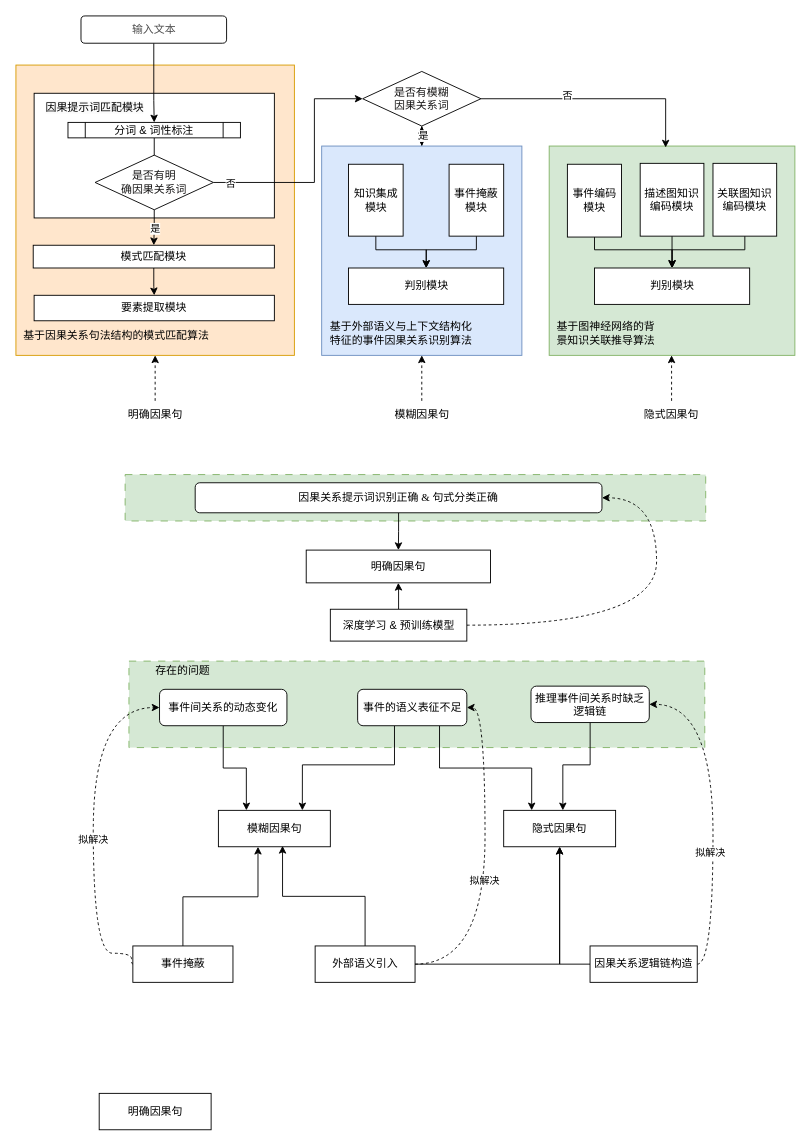
Earlier version of the draw.io diagram page "方案" (1 of 17) of 2.drawio (JiaXinLI98/myProject). Source tidied: cells renumbered, new cells numbered last; positions are measured from the earlier drawing's top-left corner, leaving out a move shared by most shapes. Both pictures are drawn from the tidied source at 91%, with x=0, y=0 at pixel (15, 15).
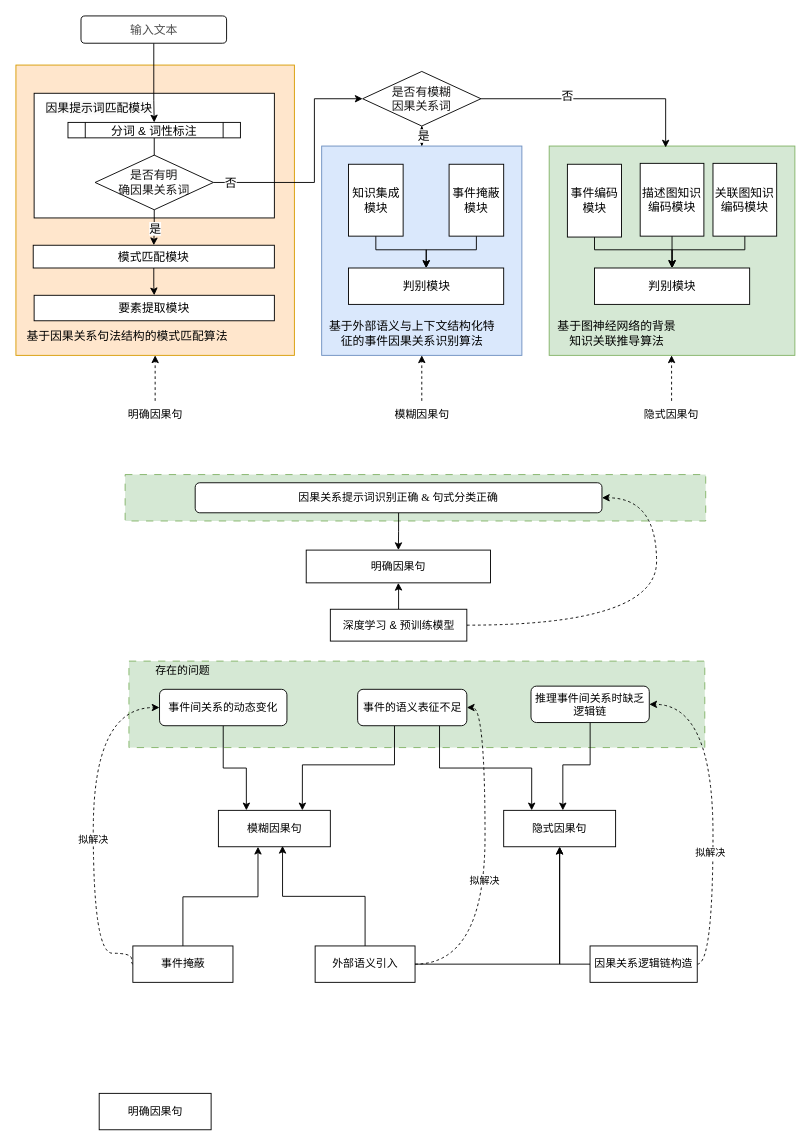
After the change.

Unchanged cells that the change refers to:
```xml
<mxCell id="42" value="明确因果句" style="text;html=1;align=center;verticalAlign=middle;whiteSpace=wrap;rounded=0;" parent="1" vertex="1">
  <mxGeometry x="98.5" y="423" width="109" height="30" as="geometry" />
</mxCell>
<mxCell id="44" value="模糊因果句" style="text;html=1;align=center;verticalAlign=middle;whiteSpace=wrap;rounded=0;" parent="1" vertex="1">
  <mxGeometry x="391.5" y="423" width="109" height="30" as="geometry" />
</mxCell>
<mxCell id="46" value="隐式因果句" style="text;html=1;align=center;verticalAlign=middle;whiteSpace=wrap;rounded=0;" parent="1" vertex="1">
  <mxGeometry x="666" y="423" width="109" height="30" as="geometry" />
</mxCell>
```

Diff of the diagram source:
```diff
@@
-    <mxCell id="3" style="edgeStyle=orthogonalEdgeStyle;rounded=0;jettySize=auto;html=1;" parent="1" edge="1" source="4" target="22">
+    <mxCell id="3" style="edgeStyle=orthogonalEdgeStyle;rounded=0;jettySize=auto;html=1;fontSize=13;" parent="1" edge="1" source="4" target="22">
       <mxGeometry relative="1" as="geometry" />
     </mxCell>
-    <mxCell id="4" style="rounded=0;whiteSpace=wrap;html=1;fillColor=#dae8fc;strokeColor=#6c8ebf;" parent="1" vertex="1">
+    <mxCell id="4" style="rounded=0;whiteSpace=wrap;html=1;fillColor=#dae8fc;strokeColor=#6c8ebf;fontSize=13;" parent="1" vertex="1">
       <mxGeometry x="336" y="143" width="220" height="230" as="geometry" />
     </mxCell>
-    <mxCell id="5" style="rounded=0;whiteSpace=wrap;html=1;fillColor=#ffe6cc;strokeColor=#d79b00;" parent="1" vertex="1">
+    <mxCell id="5" style="rounded=0;whiteSpace=wrap;html=1;fillColor=#ffe6cc;strokeColor=#d79b00;fontSize=13;" parent="1" vertex="1">
       <mxGeometry y="54" width="306" height="319" as="geometry" />
     </mxCell>
-    <mxCell id="6" style="rounded=0;whiteSpace=wrap;html=1;" parent="1" vertex="1">
+    <mxCell id="6" style="rounded=0;whiteSpace=wrap;html=1;fontSize=13;" parent="1" vertex="1">
       <mxGeometry x="20" y="85" width="264" height="137" as="geometry" />
     </mxCell>
-    <mxCell id="7" style="edgeStyle=orthogonalEdgeStyle;rounded=0;jettySize=auto;html=1;entryX=0.5;entryY=0;entryDx=0;entryDy=0;" parent="1" edge="1" source="8" target="10">
+    <mxCell id="7" style="edgeStyle=orthogonalEdgeStyle;rounded=0;jettySize=auto;html=1;entryX=0.5;entryY=0;entryDx=0;entryDy=0;fontSize=13;" parent="1" edge="1" source="8" target="10">
       <mxGeometry relative="1" as="geometry">
         <Array as="points">
           <mxPoint x="152" y="93" />
           <mxPoint x="152" y="93" />
         </Array>
       </mxGeometry>
     </mxCell>
-    <mxCell id="8" value="&lt;font color=&quot;#4d4d4d&quot;&gt;输入文本&lt;br&gt;&lt;/font&gt;" style="rounded=1;whiteSpace=wrap;html=1;" parent="1" vertex="1">
+    <mxCell id="8" value="&lt;font color=&quot;#4d4d4d&quot; style=&quot;font-size: 13px;&quot;&gt;输入文本&lt;br style=&quot;font-size: 13px;&quot;&gt;&lt;/font&gt;" style="rounded=1;whiteSpace=wrap;html=1;fontSize=13;" parent="1" vertex="1">
       <mxGeometry x="71.5" width="160" height="30" as="geometry" />
     </mxCell>
-    <mxCell id="9" style="edgeStyle=orthogonalEdgeStyle;rounded=0;jettySize=auto;html=1;" parent="1" edge="1" source="10" target="15">
+    <mxCell id="9" style="edgeStyle=orthogonalEdgeStyle;rounded=0;jettySize=auto;html=1;fontSize=13;" parent="1" edge="1" source="10" target="15">
       <mxGeometry relative="1" as="geometry" />
     </mxCell>
-    <mxCell id="10" value="分词 &amp;amp; 词性标注" style="shape=process;whiteSpace=wrap;html=1;backgroundOutline=1;" parent="1" vertex="1">
+    <mxCell id="10" value="分词 &amp;amp; 词性标注" style="shape=process;whiteSpace=wrap;html=1;backgroundOutline=1;fontSize=13;" parent="1" vertex="1">
       <mxGeometry x="57.2" y="117" width="189.5" height="17" as="geometry" />
     </mxCell>
-    <mxCell id="11" style="edgeStyle=orthogonalEdgeStyle;rounded=0;jettySize=auto;html=1;" parent="1" edge="1" source="15" target="18">
+    <mxCell id="11" style="edgeStyle=orthogonalEdgeStyle;rounded=0;jettySize=auto;html=1;fontSize=13;" parent="1" edge="1" source="15" target="18">
       <mxGeometry relative="1" as="geometry" />
     </mxCell>
-    <mxCell id="12" value="是" style="edgeLabel;html=1;align=center;verticalAlign=middle;" parent="11" vertex="1">
+    <mxCell id="12" value="是" style="edgeLabel;html=1;align=center;verticalAlign=middle;fontSize=13;" parent="11" vertex="1">
       <mxGeometry x="-0.06" relative="1" as="geometry">
         <mxPoint y="1" as="offset" />
       </mxGeometry>
     </mxCell>
-    <mxCell id="13" style="edgeStyle=orthogonalEdgeStyle;rounded=0;jettySize=auto;html=1;entryX=0;entryY=0.5;entryDx=0;entryDy=0;" parent="1" edge="1" source="15" target="22">
+    <mxCell id="13" style="edgeStyle=orthogonalEdgeStyle;rounded=0;jettySize=auto;html=1;entryX=0;entryY=0.5;entryDx=0;entryDy=0;fontSize=13;" parent="1" edge="1" source="15" target="22">
       <mxGeometry relative="1" as="geometry">
         <Array as="points">
           <mxPoint x="328" y="183" />
           <mxPoint x="328" y="91" />
         </Array>
       </mxGeometry>
     </mxCell>
-    <mxCell id="14" value="否" style="edgeLabel;html=1;align=center;verticalAlign=middle;" parent="13" vertex="1">
+    <mxCell id="14" value="否" style="edgeLabel;html=1;align=center;verticalAlign=middle;fontSize=13;" parent="13" vertex="1">
       <mxGeometry x="-0.86" relative="1" as="geometry" />
     </mxCell>
-    <mxCell id="15" value="&lt;font color=&quot;#171616&quot;&gt;是否有明&lt;br&gt;确因果关系词&lt;/font&gt;" style="rhombus;whiteSpace=wrap;html=1;" parent="1" vertex="1">
+    <mxCell id="15" value="&lt;font color=&quot;#171616&quot; style=&quot;font-size: 13px;&quot;&gt;是否有明&lt;br style=&quot;font-size: 13px;&quot;&gt;确因果关系词&lt;/font&gt;" style="rhombus;whiteSpace=wrap;html=1;fontSize=13;" parent="1" vertex="1">
       <mxGeometry x="87" y="153" width="130" height="60" as="geometry" />
     </mxCell>
-    <mxCell id="16" value="&lt;span style=&quot;color: rgb(0, 0, 0); font-family: Helvetica; font-size: 12px; font-style: normal; font-variant-ligatures: normal; font-variant-caps: normal; font-weight: 400; letter-spacing: normal; orphans: 2; text-align: center; text-indent: 0px; text-transform: none; widows: 2; word-spacing: 0px; -webkit-text-stroke-width: 0px; background-color: rgb(251, 251, 251); text-decoration-thickness: initial; text-decoration-style: initial; text-decoration-color: initial; float: none; display: inline !important;&quot;&gt;因果提示词匹配模块&lt;/span&gt;" style="text;whiteSpace=wrap;html=1;" parent="1" vertex="1">
+    <mxCell id="16" value="&lt;span style=&quot;color: rgb(0, 0, 0); font-family: Helvetica; font-size: 13px; font-style: normal; font-variant-ligatures: normal; font-variant-caps: normal; font-weight: 400; letter-spacing: normal; orphans: 2; text-align: center; text-indent: 0px; text-transform: none; widows: 2; word-spacing: 0px; -webkit-text-stroke-width: 0px; background-color: rgb(251, 251, 251); text-decoration-thickness: initial; text-decoration-style: initial; text-decoration-color: initial; float: none; display: inline !important;&quot;&gt;因果提示词匹配模块&lt;/span&gt;" style="text;whiteSpace=wrap;html=1;fontSize=13;" parent="1" vertex="1">
       <mxGeometry x="30.5" y="87" width="136" height="30" as="geometry" />
     </mxCell>
-    <mxCell id="17" style="edgeStyle=orthogonalEdgeStyle;rounded=0;jettySize=auto;html=1;" parent="1" edge="1" source="18" target="19">
+    <mxCell id="17" style="edgeStyle=orthogonalEdgeStyle;rounded=0;jettySize=auto;html=1;fontSize=13;" parent="1" edge="1" source="18" target="19">
       <mxGeometry relative="1" as="geometry" />
     </mxCell>
-    <mxCell id="18" value="模式匹配模块" style="rounded=0;whiteSpace=wrap;html=1;" parent="1" vertex="1">
+    <mxCell id="18" value="模式匹配模块" style="rounded=0;whiteSpace=wrap;html=1;fontSize=13;" parent="1" vertex="1">
       <mxGeometry x="19" y="252" width="265" height="25" as="geometry" />
     </mxCell>
-    <mxCell id="19" value="要素提取模块" style="rounded=0;whiteSpace=wrap;html=1;" parent="1" vertex="1">
+    <mxCell id="19" value="要素提取模块" style="rounded=0;whiteSpace=wrap;html=1;fontSize=13;" parent="1" vertex="1">
       <mxGeometry x="20" y="307" width="264" height="28" as="geometry" />
     </mxCell>
-    <mxCell id="20" style="edgeStyle=orthogonalEdgeStyle;rounded=0;jettySize=auto;html=1;entryX=0.5;entryY=0;entryDx=0;entryDy=0;" parent="1" edge="1" source="22" target="4">
+    <mxCell id="20" style="edgeStyle=orthogonalEdgeStyle;rounded=0;jettySize=auto;html=1;entryX=0.5;entryY=0;entryDx=0;entryDy=0;fontSize=13;" parent="1" edge="1" source="22" target="4">
       <mxGeometry relative="1" as="geometry" />
     </mxCell>
-    <mxCell id="21" value="是" style="edgeLabel;html=1;align=center;verticalAlign=middle;" parent="20" vertex="1">
+    <mxCell id="21" value="是" style="edgeLabel;html=1;align=center;verticalAlign=middle;fontSize=13;" parent="20" vertex="1">
       <mxGeometry x="0.59" y="1" relative="1" as="geometry" />
     </mxCell>
-    <mxCell id="22" value="&lt;font color=&quot;#171616&quot;&gt;是否有模糊&lt;br&gt;因果关系词&lt;/font&gt;" style="rhombus;whiteSpace=wrap;html=1;" parent="1" vertex="1">
+    <mxCell id="22" value="&lt;font color=&quot;#171616&quot; style=&quot;font-size: 13px;&quot;&gt;是否有模糊&lt;br style=&quot;font-size: 13px;&quot;&gt;因果关系词&lt;/font&gt;" style="rhombus;whiteSpace=wrap;html=1;fontSize=13;" parent="1" vertex="1">
       <mxGeometry x="381" y="61" width="130" height="60" as="geometry" />
     </mxCell>
-    <mxCell id="23" value="&lt;span style=&quot;background-color: initial;&quot;&gt;&lt;font style=&quot;font-size: 12px;&quot;&gt;基于因果关系句法结构的模式匹配算法&lt;/font&gt;&lt;/span&gt;" style="text;html=1;align=center;verticalAlign=middle;whiteSpace=wrap;rounded=0;" parent="1" vertex="1">
-      <mxGeometry x="4" y="340" width="213" height="23" as="geometry" />
+    <mxCell id="23" value="&lt;span style=&quot;background-color: initial; font-size: 13px;&quot;&gt;&lt;font style=&quot;font-size: 13px;&quot;&gt;基于因果关系句法结构的模式匹配算法&lt;/font&gt;&lt;/span&gt;" style="text;html=1;align=center;verticalAlign=middle;whiteSpace=wrap;rounded=0;fontSize=13;" parent="1" vertex="1">
+      <mxGeometry x="4" y="340" width="237" height="23" as="geometry" />
     </mxCell>
-    <mxCell id="24" style="edgeStyle=orthogonalEdgeStyle;rounded=0;jettySize=auto;html=1;" parent="1" edge="1" source="25" target="28">
+    <mxCell id="24" style="edgeStyle=orthogonalEdgeStyle;rounded=0;jettySize=auto;html=1;fontSize=13;" parent="1" edge="1" source="25" target="28">
       <mxGeometry relative="1" as="geometry">
         <Array as="points">
           <mxPoint x="396" y="257" />
           <mxPoint x="451" y="257" />
         </Array>
       </mxGeometry>
     </mxCell>
-    <mxCell id="25" value="知识集成模块" style="rounded=0;whiteSpace=wrap;html=1;" parent="1" vertex="1">
+    <mxCell id="25" value="知识集成模块" style="rounded=0;whiteSpace=wrap;html=1;fontSize=13;" parent="1" vertex="1">
       <mxGeometry x="365.5" y="163" width="60" height="79" as="geometry" />
     </mxCell>
-    <mxCell id="26" style="edgeStyle=orthogonalEdgeStyle;rounded=0;jettySize=auto;html=1;entryX=0.5;entryY=0;entryDx=0;entryDy=0;" parent="1" edge="1" source="27" target="28">
+    <mxCell id="26" style="edgeStyle=orthogonalEdgeStyle;rounded=0;jettySize=auto;html=1;entryX=0.5;entryY=0;entryDx=0;entryDy=0;fontSize=13;" parent="1" edge="1" source="27" target="28">
       <mxGeometry relative="1" as="geometry">
         <Array as="points">
           <mxPoint x="506" y="257" />
           <mxPoint x="451" y="257" />
         </Array>
       </mxGeometry>
     </mxCell>
-    <mxCell id="27" value="事件掩蔽模块" style="rounded=0;whiteSpace=wrap;html=1;" parent="1" vertex="1">
+    <mxCell id="27" value="事件掩蔽模块" style="rounded=0;whiteSpace=wrap;html=1;fontSize=13;" parent="1" vertex="1">
       <mxGeometry x="476" y="163" width="60" height="79" as="geometry" />
     </mxCell>
-    <mxCell id="28" value="判别模块" style="rounded=0;whiteSpace=wrap;html=1;" parent="1" vertex="1">
+    <mxCell id="28" value="判别模块" style="rounded=0;whiteSpace=wrap;html=1;fontSize=13;" parent="1" vertex="1">
       <mxGeometry x="365.5" y="277" width="170.5" height="40" as="geometry" />
     </mxCell>
-    <mxCell id="29" value="基于外部语义与上下文结构化特征的事件因果关系识别算法" style="text;html=1;align=center;verticalAlign=middle;whiteSpace=wrap;rounded=0;" parent="1" vertex="1">
-      <mxGeometry x="339.5" y="335" width="166.5" height="28" as="geometry" />
+    <mxCell id="29" value="基于外部语义与上下文结构化特征的事件因果关系识别算法" style="text;html=1;align=center;verticalAlign=middle;whiteSpace=wrap;rounded=0;fontSize=13;" parent="1" vertex="1">
+      <mxGeometry x="339.5" y="335" width="190.5" height="28" as="geometry" />
     </mxCell>
-    <mxCell id="30" style="rounded=0;whiteSpace=wrap;html=1;fillColor=#d5e8d4;strokeColor=#82b366;" parent="1" vertex="1">
+    <mxCell id="30" style="rounded=0;whiteSpace=wrap;html=1;fillColor=#d5e8d4;strokeColor=#82b366;fontSize=13;" parent="1" vertex="1">
       <mxGeometry x="586" y="143" width="270" height="230" as="geometry" />
     </mxCell>
-    <mxCell id="31" style="edgeStyle=orthogonalEdgeStyle;rounded=0;jettySize=auto;html=1;entryX=0.5;entryY=0;entryDx=0;entryDy=0;" parent="1" edge="1" source="32" target="35">
+    <mxCell id="31" style="edgeStyle=orthogonalEdgeStyle;rounded=0;jettySize=auto;html=1;entryX=0.5;entryY=0;entryDx=0;entryDy=0;fontSize=13;" parent="1" edge="1" source="32" target="35">
       <mxGeometry relative="1" as="geometry">
         <Array as="points">
           <mxPoint x="636" y="257" />
           <mxPoint x="721" y="257" />
         </Array>
       </mxGeometry>
     </mxCell>
-    <mxCell id="32" value="事件编码模块" style="rounded=0;whiteSpace=wrap;html=1;" parent="1" vertex="1">
+    <mxCell id="32" value="事件编码模块" style="rounded=0;whiteSpace=wrap;html=1;fontSize=13;" parent="1" vertex="1">
       <mxGeometry x="606" y="163" width="59.5" height="80" as="geometry" />
     </mxCell>
-    <mxCell id="33" style="edgeStyle=orthogonalEdgeStyle;rounded=0;jettySize=auto;html=1;" parent="1" edge="1" source="34" target="35">
+    <mxCell id="33" style="edgeStyle=orthogonalEdgeStyle;rounded=0;jettySize=auto;html=1;fontSize=13;" parent="1" edge="1" source="34" target="35">
       <mxGeometry relative="1" as="geometry" />
     </mxCell>
-    <mxCell id="34" value="描述图知识编码模块" style="rounded=0;whiteSpace=wrap;html=1;" parent="1" vertex="1">
+    <mxCell id="34" value="描述图知识编码模块" style="rounded=0;whiteSpace=wrap;html=1;fontSize=13;" parent="1" vertex="1">
       <mxGeometry x="686" y="162" width="70" height="80" as="geometry" />
     </mxCell>
-    <mxCell id="35" value="判别模块" style="rounded=0;whiteSpace=wrap;html=1;" parent="1" vertex="1">
+    <mxCell id="35" value="判别模块" style="rounded=0;whiteSpace=wrap;html=1;fontSize=13;" parent="1" vertex="1">
       <mxGeometry x="635.8" y="277" width="170.5" height="40" as="geometry" />
     </mxCell>
-    <mxCell id="36" value="基于图神经网络的背景知识关联推导算法" style="text;html=1;align=center;verticalAlign=middle;whiteSpace=wrap;rounded=0;" parent="1" vertex="1">
-      <mxGeometry x="589.5" y="335" width="116.5" height="28" as="geometry" />
+    <mxCell id="36" value="基于图神经网络的背景知识关联推导算法" style="text;html=1;align=center;verticalAlign=middle;whiteSpace=wrap;rounded=0;fontSize=13;" parent="1" vertex="1">
+      <mxGeometry x="589.5" y="335" width="140.5" height="28" as="geometry" />
     </mxCell>
-    <mxCell id="37" style="edgeStyle=orthogonalEdgeStyle;rounded=0;jettySize=auto;html=1;" parent="1" edge="1" source="38" target="35">
+    <mxCell id="37" style="edgeStyle=orthogonalEdgeStyle;rounded=0;jettySize=auto;html=1;fontSize=13;" parent="1" edge="1" source="38" target="35">
       <mxGeometry relative="1" as="geometry">
         <Array as="points">
           <mxPoint x="801" y="257" />
           <mxPoint x="721" y="257" />
         </Array>
       </mxGeometry>
     </mxCell>
-    <mxCell id="38" value="关联图知识编码模块" style="rounded=0;whiteSpace=wrap;html=1;" parent="1" vertex="1">
+    <mxCell id="38" value="关联图知识编码模块" style="rounded=0;whiteSpace=wrap;html=1;fontSize=13;" parent="1" vertex="1">
       <mxGeometry x="766" y="162" width="70" height="80" as="geometry" />
     </mxCell>
-    <mxCell id="39" style="edgeStyle=orthogonalEdgeStyle;rounded=0;jettySize=auto;html=1;entryX=0.474;entryY=0.007;entryDx=0;entryDy=0;entryPerimeter=0;" parent="1" edge="1" source="22" target="30">
+    <mxCell id="39" style="edgeStyle=orthogonalEdgeStyle;rounded=0;jettySize=auto;html=1;entryX=0.474;entryY=0.007;entryDx=0;entryDy=0;entryPerimeter=0;fontSize=13;" parent="1" edge="1" source="22" target="30">
       <mxGeometry relative="1" as="geometry" />
     </mxCell>
-    <mxCell id="40" value="否" style="edgeLabel;html=1;align=center;verticalAlign=middle;" parent="39" vertex="1">
+    <mxCell id="40" value="否" style="edgeLabel;html=1;align=center;verticalAlign=middle;fontSize=13;" parent="39" vertex="1">
       <mxGeometry x="-0.27" y="4" relative="1" as="geometry" />
     </mxCell>
-    <mxCell id="41" style="edgeStyle=orthogonalEdgeStyle;rounded=0;jettySize=auto;html=1;entryX=0.5;entryY=1;entryDx=0;entryDy=0;dashed=1;" parent="1" edge="1" source="42" target="5">
+    <mxCell id="41" style="edgeStyle=orthogonalEdgeStyle;rounded=0;jettySize=auto;html=1;entryX=0.5;entryY=1;entryDx=0;entryDy=0;dashed=1;fontSize=13;" parent="1" edge="1" source="42" target="5">
       <mxGeometry relative="1" as="geometry" />
     </mxCell>
@@
-    <mxCell id="43" style="edgeStyle=orthogonalEdgeStyle;rounded=0;jettySize=auto;html=1;entryX=0.5;entryY=1;entryDx=0;entryDy=0;dashed=1;" parent="1" edge="1" source="44">
+    <mxCell id="43" style="edgeStyle=orthogonalEdgeStyle;rounded=0;jettySize=auto;html=1;entryX=0.5;entryY=1;entryDx=0;entryDy=0;dashed=1;fontSize=13;" parent="1" edge="1" source="44">
       <mxGeometry relative="1" as="geometry">
         <mxPoint x="446" y="373" as="targetPoint" />
       </mxGeometry>
     </mxCell>
@@
-    <mxCell id="45" style="edgeStyle=orthogonalEdgeStyle;rounded=0;jettySize=auto;html=1;entryX=0.5;entryY=1;entryDx=0;entryDy=0;dashed=1;" parent="1" edge="1" source="46">
+    <mxCell id="45" style="edgeStyle=orthogonalEdgeStyle;rounded=0;jettySize=auto;html=1;entryX=0.5;entryY=1;entryDx=0;entryDy=0;dashed=1;fontSize=13;" parent="1" edge="1" source="46">
       <mxGeometry relative="1" as="geometry">
         <mxPoint x="720.5" y="373" as="targetPoint" />
       </mxGeometry>
     </mxCell>
```
